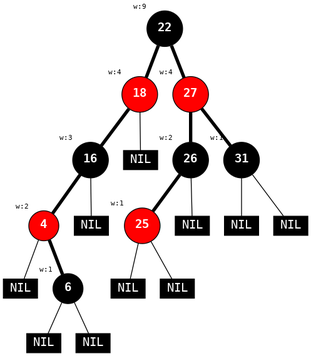
matutter/c-rb-tree-example keeps this Graphviz diagram as rb.png. Above is the earlier version. Its source is kept beside it as rb.dot.
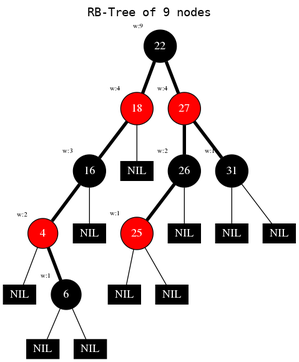
Above is the later version.

Diff of the diagram source:
```diff
@@ -1,21 +1,25 @@
 digraph {
+  fontname="DejaVuSansMono"
+  label="RB-Tree of 9 nodes"
+  labelloc=t
   edge [
     arrowhead="none"
   ];
   node [
-    fontname="DejaVuSansMono"
     fontcolor=white
+    labelloc=c
+    lp=3
   ]
-  "4" [label=<<b>22</b>>,xlabel=<<font color="black" point-size="8">w:9</font>>,style=filled,shape=circle,fillcolor=black];
-  "3" [label=<<b>18</b>>,xlabel=<<font color="black" point-size="8">w:4</font>>,style=filled,shape=circle,fillcolor=red];
+  "4" [label=22,xlabel=<<font color="black" point-size="8">w:9</font>>,style=filled,shape=circle,fillcolor=black];
+  "3" [label=18,xlabel=<<font color="black" point-size="8">w:4</font>>,style=filled,shape=circle,fillcolor=red];
   "4" -> "3" [penwidth=4];
-  "1" [label=<<b>16</b>>,xlabel=<<font color="black" point-size="8">w:3</font>>,style=filled,shape=circle,fillcolor=black];
+  "1" [label=16,xlabel=<<font color="black" point-size="8">w:3</font>>,style=filled,shape=circle,fillcolor=black];
   "3" -> "1" [penwidth=4];
-  "2" [label=<<b>4</b>>,xlabel=<<font color="black" point-size="8">w:2</font>>,style=filled,shape=circle,fillcolor=red];
+  "2" [label=4,xlabel=<<font color="black" point-size="8">w:2</font>>,style=filled,shape=circle,fillcolor=red];
   "1" -> "2" [penwidth=4];
    "10" [label="NIL",shape=rectangle,style=filled,width=0.2,height=0.2,fillcolor=black];
    "2" -> "10";
-  "7" [label=<<b>6</b>>,xlabel=<<font color="black" point-size="8">w:1</font>>,style=filled,shape=circle,fillcolor=black];
+  "7" [label=6,xlabel=<<font color="black" point-size="8">w:1</font>>,style=filled,shape=circle,fillcolor=black];
   "2" -> "7" [penwidth=4];
    "11" [label="NIL",shape=rectangle,style=filled,width=0.2,height=0.2,fillcolor=black];
    "7" -> "11";
@@ -25,11 +29,11 @@
    "1" -> "13";
    "14" [label="NIL",shape=rectangle,style=filled,width=0.2,height=0.2,fillcolor=black];
    "3" -> "14";
-  "5" [label=<<b>27</b>>,xlabel=<<font color="black" point-size="8">w:4</font>>,style=filled,shape=circle,fillcolor=red];
+  "5" [label=27,xlabel=<<font color="black" point-size="8">w:4</font>>,style=filled,shape=circle,fillcolor=red];
   "4" -> "5" [penwidth=4];
-  "8" [label=<<b>26</b>>,xlabel=<<font color="black" point-size="8">w:2</font>>,style=filled,shape=circle,fillcolor=black];
+  "8" [label=26,xlabel=<<font color="black" point-size="8">w:2</font>>,style=filled,shape=circle,fillcolor=black];
   "5" -> "8" [penwidth=4];
-  "9" [label=<<b>25</b>>,xlabel=<<font color="black" point-size="8">w:1</font>>,style=filled,shape=circle,fillcolor=red];
+  "9" [label=25,xlabel=<<font color="black" point-size="8">w:1</font>>,style=filled,shape=circle,fillcolor=red];
   "8" -> "9" [penwidth=4];
    "15" [label="NIL",shape=rectangle,style=filled,width=0.2,height=0.2,fillcolor=black];
    "9" -> "15";
@@ -37,7 +41,7 @@
    "9" -> "16";
    "17" [label="NIL",shape=rectangle,style=filled,width=0.2,height=0.2,fillcolor=black];
    "8" -> "17";
-  "6" [label=<<b>31</b>>,xlabel=<<font color="black" point-size="8">w:1</font>>,style=filled,shape=circle,fillcolor=black];
+  "6" [label=31,xlabel=<<font color="black" point-size="8">w:1</font>>,style=filled,shape=circle,fillcolor=black];
   "5" -> "6" [penwidth=4];
    "18" [label="NIL",shape=rectangle,style=filled,width=0.2,height=0.2,fillcolor=black];
    "6" -> "18";
```
